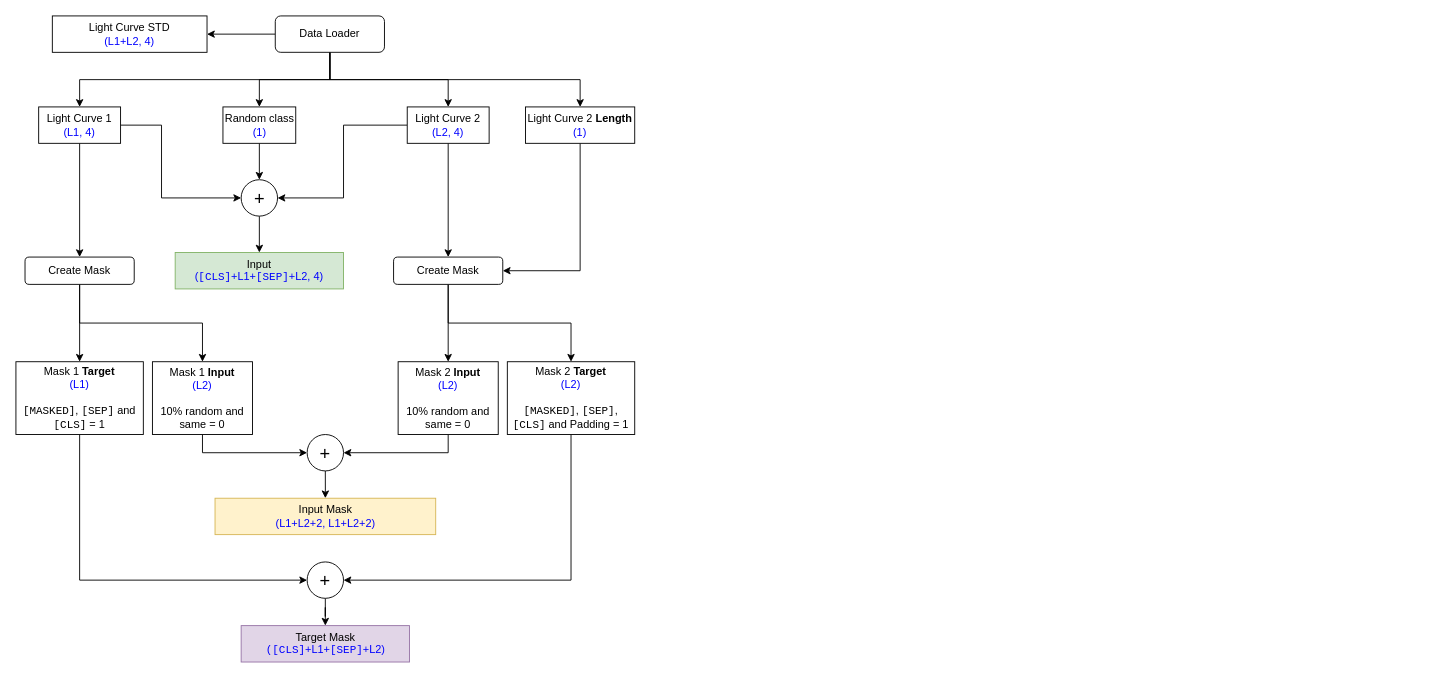
Above: diagrams/ft_data.drawio in cridonoso/astromer (draw.io), before the change. Source tidied: cells renumbered, new cells numbered last; positions are measured from the earlier drawing's top-left corner, leaving out a move shared by most shapes. Both pictures are drawn from the tidied source at 91%, with x=0, y=0 at pixel (15, 15).
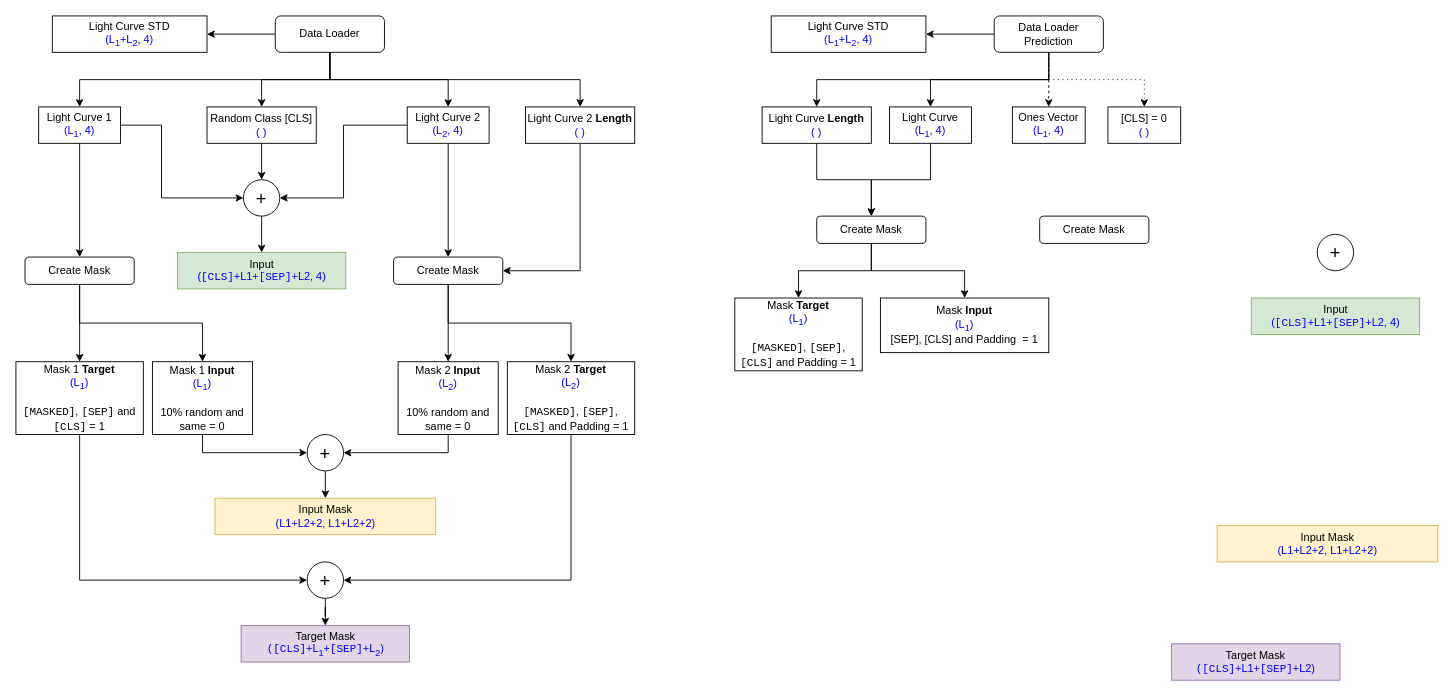
The same page after the edit.

The edit, as a diff of the source:
```diff
@@
-    <mxCell id="10" value="&lt;div&gt;Light Curve 1&lt;br&gt;&lt;/div&gt;&lt;div&gt;&lt;font color=&quot;#0000FF&quot;&gt;(L1, 4)&lt;/font&gt;&lt;br&gt;&lt;/div&gt;" style="rounded=0;whiteSpace=wrap;html=1;" parent="1" vertex="1">
+    <mxCell id="10" value="&lt;div&gt;Light Curve 1&lt;br&gt;&lt;/div&gt;&lt;div&gt;&lt;font color=&quot;#0000FF&quot;&gt;(&lt;/font&gt;&lt;font color=&quot;#0000FF&quot;&gt;&lt;font color=&quot;#0000FF&quot;&gt;L&lt;sub&gt;1&lt;/sub&gt;&lt;/font&gt;, 4)&lt;/font&gt;&lt;br&gt;&lt;/div&gt;" style="rounded=0;whiteSpace=wrap;html=1;" parent="1" vertex="1">
       <mxGeometry x="25" y="100" width="90" height="40" as="geometry" />
     </mxCell>
@@
-    <mxCell id="13" value="&lt;div&gt;Light Curve 2 &lt;b&gt;Length&lt;/b&gt;&lt;/div&gt;&lt;div&gt;&lt;font color=&quot;#0000FF&quot;&gt;(1)&lt;/font&gt;&lt;br&gt;&lt;/div&gt;" style="rounded=0;whiteSpace=wrap;html=1;" parent="1" vertex="1">
+    <mxCell id="13" value="&lt;div&gt;Light Curve 2 &lt;b&gt;Length&lt;/b&gt;&lt;/div&gt;&lt;div&gt;&lt;font color=&quot;#0000FF&quot;&gt;( )&lt;/font&gt;&lt;br&gt;&lt;/div&gt;" style="rounded=0;whiteSpace=wrap;html=1;" parent="1" vertex="1">
       <mxGeometry x="560" y="100" width="120" height="40" as="geometry" />
     </mxCell>
@@
-    <mxCell id="15" value="&lt;div&gt;Light Curve STD&lt;/div&gt;&lt;div&gt;&lt;font color=&quot;#0000FF&quot;&gt;(L1+L2, 4)&lt;/font&gt;&lt;br&gt;&lt;/div&gt;" style="rounded=0;whiteSpace=wrap;html=1;" parent="1" vertex="1">
+    <mxCell id="15" value="&lt;div&gt;Light Curve STD&lt;/div&gt;&lt;div&gt;&lt;font color=&quot;#0000FF&quot;&gt;(&lt;/font&gt;&lt;font color=&quot;#0000FF&quot;&gt;&lt;font color=&quot;#0000FF&quot;&gt;L&lt;sub&gt;1&lt;/sub&gt;&lt;/font&gt;+&lt;/font&gt;&lt;font color=&quot;#0000FF&quot;&gt;&lt;font color=&quot;#0000FF&quot;&gt;L&lt;sub&gt;2&lt;/sub&gt;&lt;/font&gt;, 4)&lt;/font&gt;&lt;br&gt;&lt;/div&gt;" style="rounded=0;whiteSpace=wrap;html=1;" parent="1" vertex="1">
       <mxGeometry x="40" width="170" height="40" as="geometry" />
     </mxCell>
@@
-    <mxCell id="23" value="&lt;div&gt;Mask 1 &lt;b&gt;Target&lt;/b&gt;&lt;br&gt;&lt;/div&gt;&lt;div&gt;&lt;font color=&quot;#0000FF&quot;&gt;(L1)&lt;/font&gt;&lt;/div&gt;&lt;div&gt;&lt;br&gt;&lt;/div&gt;&lt;div&gt;&lt;font face=&quot;Courier New&quot;&gt;[MASKED]&lt;/font&gt;, &lt;font face=&quot;Courier New&quot;&gt;[SEP]&lt;/font&gt; and &lt;font face=&quot;Courier New&quot;&gt;[CLS]&lt;/font&gt; = 1&lt;br&gt;&lt;/div&gt;" style="rounded=0;whiteSpace=wrap;html=1;" parent="1" vertex="1">
+    <mxCell id="23" value="&lt;div&gt;Mask 1 &lt;b&gt;Target&lt;/b&gt;&lt;br&gt;&lt;/div&gt;&lt;div&gt;&lt;font color=&quot;#0000FF&quot;&gt;(L&lt;sub&gt;1&lt;/sub&gt;)&lt;/font&gt;&lt;/div&gt;&lt;div&gt;&lt;br&gt;&lt;/div&gt;&lt;div&gt;&lt;font face=&quot;Courier New&quot;&gt;[MASKED]&lt;/font&gt;, &lt;font face=&quot;Courier New&quot;&gt;[SEP]&lt;/font&gt; and &lt;font face=&quot;Courier New&quot;&gt;[CLS]&lt;/font&gt; = 1&lt;br&gt;&lt;/div&gt;" style="rounded=0;whiteSpace=wrap;html=1;" parent="1" vertex="1">
       <mxGeometry y="380" width="140" height="80" as="geometry" />
     </mxCell>
@@
-    <mxCell id="25" value="&lt;div&gt;Mask 1 &lt;b&gt;Input&lt;/b&gt;&lt;br&gt;&lt;/div&gt;&lt;div&gt;&lt;font color=&quot;#0000FF&quot;&gt;(L2)&lt;/font&gt;&lt;br&gt;&lt;/div&gt;&lt;div&gt;&lt;br&gt;&lt;/div&gt;&lt;div&gt;10% random and same = 0&lt;br&gt;&lt;/div&gt;" style="rounded=0;whiteSpace=wrap;html=1;" parent="1" vertex="1">
+    <mxCell id="25" value="&lt;div&gt;Mask 1 &lt;b&gt;Input&lt;/b&gt;&lt;br&gt;&lt;/div&gt;&lt;div&gt;&lt;font color=&quot;#0000FF&quot;&gt;(&lt;/font&gt;&lt;font color=&quot;#0000FF&quot;&gt;&lt;font color=&quot;#0000FF&quot;&gt;L&lt;sub&gt;1&lt;/sub&gt;&lt;/font&gt;)&lt;/font&gt;&lt;br&gt;&lt;/div&gt;&lt;div&gt;&lt;br&gt;&lt;/div&gt;&lt;div&gt;10% random and same = 0&lt;br&gt;&lt;/div&gt;" style="rounded=0;whiteSpace=wrap;html=1;" parent="1" vertex="1">
       <mxGeometry x="150" y="380" width="110" height="80" as="geometry" />
     </mxCell>
@@
-    <mxCell id="27" value="&lt;div&gt;Mask 2 &lt;b&gt;Target&lt;/b&gt;&lt;br&gt;&lt;/div&gt;&lt;div&gt;&lt;font color=&quot;#0000FF&quot;&gt;(L2)&lt;/font&gt;&lt;/div&gt;&lt;div&gt;&lt;br&gt;&lt;/div&gt;&lt;div&gt;&lt;font face=&quot;Courier New&quot;&gt;[MASKED]&lt;/font&gt;, &lt;font face=&quot;Courier New&quot;&gt;[SEP]&lt;/font&gt;, &lt;font face=&quot;Courier New&quot;&gt;[CLS]&lt;/font&gt; and Padding = 1 &lt;br&gt;&lt;/div&gt;" style="rounded=0;whiteSpace=wrap;html=1;" parent="1" vertex="1">
+    <mxCell id="27" value="&lt;div&gt;Mask 2 &lt;b&gt;Target&lt;/b&gt;&lt;br&gt;&lt;/div&gt;&lt;div&gt;&lt;font color=&quot;#0000FF&quot;&gt;(&lt;/font&gt;&lt;font color=&quot;#0000FF&quot;&gt;&lt;font color=&quot;#0000FF&quot;&gt;L&lt;sub&gt;2&lt;/sub&gt;&lt;/font&gt;)&lt;/font&gt;&lt;/div&gt;&lt;div&gt;&lt;br&gt;&lt;/div&gt;&lt;div&gt;&lt;font face=&quot;Courier New&quot;&gt;[MASKED]&lt;/font&gt;, &lt;font face=&quot;Courier New&quot;&gt;[SEP]&lt;/font&gt;, &lt;font face=&quot;Courier New&quot;&gt;[CLS]&lt;/font&gt; and Padding = 1 &lt;br&gt;&lt;/div&gt;" style="rounded=0;whiteSpace=wrap;html=1;" parent="1" vertex="1">
       <mxGeometry x="540" y="380" width="140" height="80" as="geometry" />
     </mxCell>
@@
-    <mxCell id="29" value="&lt;div&gt;Mask 2 &lt;b&gt;Input&lt;/b&gt;&lt;br&gt;&lt;/div&gt;&lt;div&gt;&lt;font color=&quot;#0000FF&quot;&gt;(L2)&lt;/font&gt;&lt;br&gt;&lt;/div&gt;&lt;div&gt;&lt;br&gt;&lt;/div&gt;&lt;div&gt;10% random and same = 0&lt;br&gt;&lt;/div&gt;" style="rounded=0;whiteSpace=wrap;html=1;" parent="1" vertex="1">
+    <mxCell id="29" value="&lt;div&gt;Mask 2 &lt;b&gt;Input&lt;/b&gt;&lt;br&gt;&lt;/div&gt;&lt;div&gt;&lt;font color=&quot;#0000FF&quot;&gt;(&lt;/font&gt;&lt;font color=&quot;#0000FF&quot;&gt;&lt;font color=&quot;#0000FF&quot;&gt;L&lt;sub&gt;2&lt;/sub&gt;&lt;/font&gt;)&lt;/font&gt;&lt;br&gt;&lt;/div&gt;&lt;div&gt;&lt;br&gt;&lt;/div&gt;&lt;div&gt;10% random and same = 0&lt;br&gt;&lt;/div&gt;" style="rounded=0;whiteSpace=wrap;html=1;" parent="1" vertex="1">
       <mxGeometry x="420" y="380" width="110" height="80" as="geometry" />
     </mxCell>
@@
     <mxCell id="31" value="&lt;font style=&quot;font-size: 20px&quot;&gt;+&lt;/font&gt;" style="ellipse;whiteSpace=wrap;html=1;" parent="1" vertex="1">
-      <mxGeometry x="247.5" y="180" width="40" height="40" as="geometry" />
+      <mxGeometry x="250" y="180" width="40" height="40" as="geometry" />
     </mxCell>
     <mxCell id="32" value="&lt;div&gt;Input&lt;br&gt;&lt;/div&gt;&lt;div&gt;&lt;font color=&quot;#0000FF&quot;&gt;(&lt;font face=&quot;Courier New&quot;&gt;[CLS]&lt;/font&gt;+L1+&lt;font face=&quot;Courier New&quot;&gt;[SEP]&lt;/font&gt;+&lt;/font&gt;&lt;font color=&quot;#0000FF&quot;&gt;L2, 4)&lt;/font&gt;&lt;br&gt;&lt;/div&gt;" style="rounded=0;whiteSpace=wrap;html=1;fillColor=#d5e8d4;strokeColor=#82b366;" parent="1" vertex="1">
-      <mxGeometry x="175" y="260" width="185" height="40" as="geometry" />
+      <mxGeometry x="177.5" y="260" width="185" height="40" as="geometry" />
     </mxCell>
-    <mxCell id="33" value="&lt;div&gt;Random class&lt;/div&gt;&lt;div&gt;&lt;font color=&quot;#0000FF&quot;&gt;(1)&lt;/font&gt;&lt;br&gt;&lt;/div&gt;" style="rounded=0;whiteSpace=wrap;html=1;" parent="1" vertex="1">
-      <mxGeometry x="227.5" y="100" width="80" height="40" as="geometry" />
+    <mxCell id="33" value="&lt;div&gt;Random Class [CLS]&lt;/div&gt;&lt;div&gt;&lt;font color=&quot;#0000FF&quot;&gt;( )&lt;/font&gt;&lt;br&gt;&lt;/div&gt;" style="rounded=0;whiteSpace=wrap;html=1;" parent="1" vertex="1">
+      <mxGeometry x="210" y="100" width="120" height="40" as="geometry" />
     </mxCell>
@@
-    <mxCell id="35" value="&lt;div&gt;Light Curve 2&lt;br&gt;&lt;/div&gt;&lt;div&gt;&lt;font color=&quot;#0000FF&quot;&gt;(L2, 4)&lt;/font&gt;&lt;br&gt;&lt;/div&gt;" style="rounded=0;whiteSpace=wrap;html=1;" parent="1" vertex="1">
+    <mxCell id="35" value="&lt;div&gt;Light Curve 2&lt;br&gt;&lt;/div&gt;&lt;div&gt;&lt;font color=&quot;#0000FF&quot;&gt;(L&lt;sub&gt;2&lt;/sub&gt;, 4)&lt;/font&gt;&lt;br&gt;&lt;/div&gt;" style="rounded=0;whiteSpace=wrap;html=1;" parent="1" vertex="1">
       <mxGeometry x="430" y="100" width="90" height="40" as="geometry" />
     </mxCell>
@@
-    <mxCell id="39" value="&lt;div&gt;Target Mask&lt;br&gt;&lt;/div&gt;&lt;div&gt;&lt;font color=&quot;#0000FF&quot;&gt;&lt;font face=&quot;Courier New&quot;&gt;([CLS]&lt;/font&gt;+L1+&lt;font face=&quot;Courier New&quot;&gt;[SEP]&lt;/font&gt;+&lt;/font&gt;&lt;font color=&quot;#0000FF&quot;&gt;L2)&lt;/font&gt;&lt;/div&gt;" style="rounded=0;whiteSpace=wrap;html=1;fillColor=#e1d5e7;strokeColor=#9673a6;" parent="1" vertex="1">
+    <mxCell id="39" value="&lt;div&gt;Target Mask&lt;br&gt;&lt;/div&gt;&lt;div&gt;&lt;font color=&quot;#0000FF&quot;&gt;&lt;font face=&quot;Courier New&quot;&gt;([CLS]&lt;/font&gt;+&lt;/font&gt;&lt;font color=&quot;#0000FF&quot;&gt;&lt;font color=&quot;#0000FF&quot;&gt;L&lt;sub&gt;1&lt;/sub&gt;&lt;/font&gt;+&lt;font face=&quot;Courier New&quot;&gt;[SEP]&lt;/font&gt;+&lt;/font&gt;&lt;font color=&quot;#0000FF&quot;&gt;L&lt;sub&gt;2&lt;/sub&gt;&lt;/font&gt;&lt;font color=&quot;#0000FF&quot;&gt;)&lt;/font&gt;&lt;/div&gt;" style="rounded=0;whiteSpace=wrap;html=1;fillColor=#e1d5e7;strokeColor=#9673a6;" parent="1" vertex="1">
       <mxGeometry x="247.5" y="670" width="185" height="40" as="geometry" />
     </mxCell>
@@
+    <mxCell id="42" style="edgeStyle=orthogonalEdgeStyle;rounded=0;jettySize=auto;html=1;exitX=0;exitY=0.5;exitDx=0;exitDy=0;entryX=1;entryY=0.5;entryDx=0;entryDy=0;" parent="1" edge="1" source="47" target="50">
+      <mxGeometry relative="1" as="geometry" />
+    </mxCell>
+    <mxCell id="43" style="edgeStyle=orthogonalEdgeStyle;rounded=0;jettySize=auto;html=1;exitX=0.5;exitY=1;exitDx=0;exitDy=0;entryX=0.5;entryY=0;entryDx=0;entryDy=0;dashed=1;dashPattern=1 4;" parent="1" edge="1" source="47" target="58">
+      <mxGeometry relative="1" as="geometry" />
+    </mxCell>
+    <mxCell id="44" style="edgeStyle=orthogonalEdgeStyle;rounded=0;jettySize=auto;html=1;exitX=0.5;exitY=1;exitDx=0;exitDy=0;entryX=0.5;entryY=0;entryDx=0;entryDy=0;" parent="1" edge="1" source="47" target="49">
+      <mxGeometry relative="1" as="geometry" />
+    </mxCell>
+    <mxCell id="45" style="edgeStyle=orthogonalEdgeStyle;rounded=0;jettySize=auto;html=1;exitX=0.5;exitY=1;exitDx=0;exitDy=0;entryX=0.5;entryY=0;entryDx=0;entryDy=0;dashed=1;strokeWidth=1;" parent="1" edge="1" source="47" target="61">
+      <mxGeometry relative="1" as="geometry" />
+    </mxCell>
+    <mxCell id="46" style="edgeStyle=orthogonalEdgeStyle;rounded=0;jettySize=auto;html=1;exitX=0.5;exitY=1;exitDx=0;exitDy=0;entryX=0.5;entryY=0;entryDx=0;entryDy=0;strokeWidth=1;" parent="1" edge="1" source="47" target="63">
+      <mxGeometry relative="1" as="geometry" />
+    </mxCell>
+    <mxCell id="47" value="Data Loader Prediction" style="rounded=1;whiteSpace=wrap;html=1;" parent="1" vertex="1">
+      <mxGeometry x="1075" width="120" height="40" as="geometry" />
+    </mxCell>
+    <mxCell id="48" style="edgeStyle=orthogonalEdgeStyle;rounded=0;jettySize=auto;html=1;exitX=0.5;exitY=1;exitDx=0;exitDy=0;" parent="1" edge="1" source="49" target="53">
+      <mxGeometry relative="1" as="geometry" />
+    </mxCell>
+    <mxCell id="49" value="&lt;div&gt;Light Curve&lt;br&gt;&lt;/div&gt;&lt;div&gt;&lt;font color=&quot;#0000FF&quot;&gt;(&lt;/font&gt;&lt;font color=&quot;#0000FF&quot;&gt;&lt;font color=&quot;#0000FF&quot;&gt;L&lt;sub&gt;1&lt;/sub&gt;&lt;/font&gt;, 4)&lt;/font&gt;&lt;br&gt;&lt;/div&gt;" style="rounded=0;whiteSpace=wrap;html=1;" parent="1" vertex="1">
+      <mxGeometry x="960" y="100" width="90" height="40" as="geometry" />
+    </mxCell>
+    <mxCell id="50" value="&lt;div&gt;Light Curve STD&lt;/div&gt;&lt;div&gt;&lt;font color=&quot;#0000FF&quot;&gt;(&lt;/font&gt;&lt;font color=&quot;#0000FF&quot;&gt;&lt;font color=&quot;#0000FF&quot;&gt;L&lt;sub&gt;1&lt;/sub&gt;&lt;/font&gt;+&lt;/font&gt;&lt;font color=&quot;#0000FF&quot;&gt;&lt;font color=&quot;#0000FF&quot;&gt;L&lt;sub&gt;2&lt;/sub&gt;&lt;/font&gt;, 4)&lt;/font&gt;&lt;br&gt;&lt;/div&gt;" style="rounded=0;whiteSpace=wrap;html=1;" parent="1" vertex="1">
+      <mxGeometry x="830" width="170" height="40" as="geometry" />
+    </mxCell>
+    <mxCell id="51" style="edgeStyle=orthogonalEdgeStyle;rounded=0;jettySize=auto;html=1;exitX=0.5;exitY=1;exitDx=0;exitDy=0;entryX=0.5;entryY=0;entryDx=0;entryDy=0;" parent="1" edge="1" source="53" target="54">
+      <mxGeometry relative="1" as="geometry" />
+    </mxCell>
+    <mxCell id="52" style="edgeStyle=orthogonalEdgeStyle;rounded=0;jettySize=auto;html=1;exitX=0.5;exitY=1;exitDx=0;exitDy=0;entryX=0.5;entryY=0;entryDx=0;entryDy=0;strokeWidth=1;" parent="1" edge="1" source="53" target="55">
+      <mxGeometry relative="1" as="geometry" />
+    </mxCell>
+    <mxCell id="53" value="Create Mask" style="rounded=1;whiteSpace=wrap;html=1;" parent="1" vertex="1">
+      <mxGeometry x="880" y="220" width="120" height="30" as="geometry" />
+    </mxCell>
+    <mxCell id="54" value="&lt;div&gt;Mask &lt;b&gt;Target&lt;/b&gt;&lt;br&gt;&lt;/div&gt;&lt;div&gt;&lt;font color=&quot;#0000FF&quot;&gt;(&lt;/font&gt;&lt;font color=&quot;#0000FF&quot;&gt;&lt;font color=&quot;#0000FF&quot;&gt;L&lt;sub&gt;1&lt;/sub&gt;&lt;/font&gt;)&lt;/font&gt;&lt;/div&gt;&lt;div&gt;&lt;br&gt;&lt;/div&gt;&lt;div&gt;&lt;font face=&quot;Courier New&quot;&gt;[MASKED]&lt;/font&gt;, &lt;font face=&quot;Courier New&quot;&gt;[SEP]&lt;/font&gt;, &lt;font face=&quot;Courier New&quot;&gt;[CLS]&lt;/font&gt; and Padding = 1&lt;br&gt;&lt;/div&gt;" style="rounded=0;whiteSpace=wrap;html=1;" parent="1" vertex="1">
+      <mxGeometry x="790" y="310" width="140" height="80" as="geometry" />
+    </mxCell>
+    <mxCell id="55" value="&lt;div&gt;Mask &lt;b&gt;Input&lt;/b&gt;&lt;br&gt;&lt;/div&gt;&lt;div&gt;&lt;font color=&quot;#0000FF&quot;&gt;(L&lt;sub&gt;1&lt;/sub&gt;)&lt;/font&gt;&lt;/div&gt;&lt;div&gt;[SEP], [CLS] and Padding&amp;nbsp; = 1&lt;br&gt;&lt;/div&gt;" style="rounded=0;whiteSpace=wrap;html=1;" parent="1" vertex="1">
+      <mxGeometry x="950" y="310" width="185" height="60" as="geometry" />
+    </mxCell>
+    <mxCell id="56" value="&lt;font style=&quot;font-size: 20px&quot;&gt;+&lt;/font&gt;" style="ellipse;whiteSpace=wrap;html=1;" parent="1" vertex="1">
+      <mxGeometry x="1430" y="240" width="40" height="40" as="geometry" />
+    </mxCell>
+    <mxCell id="57" value="&lt;div&gt;Input&lt;br&gt;&lt;/div&gt;&lt;div&gt;&lt;font color=&quot;#0000FF&quot;&gt;(&lt;font face=&quot;Courier New&quot;&gt;[CLS]&lt;/font&gt;+L1+&lt;font face=&quot;Courier New&quot;&gt;[SEP]&lt;/font&gt;+&lt;/font&gt;&lt;font color=&quot;#0000FF&quot;&gt;L2, 4)&lt;/font&gt;&lt;br&gt;&lt;/div&gt;" style="rounded=0;whiteSpace=wrap;html=1;fillColor=#d5e8d4;strokeColor=#82b366;" parent="1" vertex="1">
+      <mxGeometry x="1357.5" y="310" width="185" height="40" as="geometry" />
+    </mxCell>
+    <mxCell id="58" value="&lt;div&gt;[CLS] = 0 &lt;br&gt;&lt;/div&gt;&lt;div&gt;&lt;font color=&quot;#0000FF&quot;&gt;( )&lt;/font&gt;&lt;br&gt;&lt;/div&gt;" style="rounded=0;whiteSpace=wrap;html=1;" parent="1" vertex="1">
+      <mxGeometry x="1200" y="100" width="80" height="40" as="geometry" />
+    </mxCell>
+    <mxCell id="59" value="&lt;div&gt;Input Mask&lt;br&gt;&lt;/div&gt;&lt;div&gt;&lt;font color=&quot;#0000FF&quot;&gt;(L1+&lt;/font&gt;&lt;font color=&quot;#0000FF&quot;&gt;L2+2, L&lt;/font&gt;&lt;font color=&quot;#0000FF&quot;&gt;&lt;font color=&quot;#0000FF&quot;&gt;1+&lt;/font&gt;&lt;font color=&quot;#0000FF&quot;&gt;L2+2&lt;/font&gt;)&lt;/font&gt;&lt;br&gt;&lt;/div&gt;" style="rounded=0;whiteSpace=wrap;html=1;fillColor=#fff2cc;strokeColor=#d6b656;" parent="1" vertex="1">
+      <mxGeometry x="1320" y="560" width="242.5" height="40" as="geometry" />
+    </mxCell>
+    <mxCell id="60" value="&lt;div&gt;Target Mask&lt;br&gt;&lt;/div&gt;&lt;div&gt;&lt;font color=&quot;#0000FF&quot;&gt;&lt;font face=&quot;Courier New&quot;&gt;([CLS]&lt;/font&gt;+L1+&lt;font face=&quot;Courier New&quot;&gt;[SEP]&lt;/font&gt;+&lt;/font&gt;&lt;font color=&quot;#0000FF&quot;&gt;L2)&lt;/font&gt;&lt;/div&gt;" style="rounded=0;whiteSpace=wrap;html=1;fillColor=#e1d5e7;strokeColor=#9673a6;" parent="1" vertex="1">
+      <mxGeometry x="1270" y="690" width="185" height="40" as="geometry" />
+    </mxCell>
+    <mxCell id="61" value="&lt;div&gt;Ones Vector&lt;br&gt;&lt;/div&gt;&lt;div&gt;&lt;font color=&quot;#0000FF&quot;&gt;(&lt;/font&gt;&lt;font color=&quot;#0000FF&quot;&gt;&lt;font color=&quot;#0000FF&quot;&gt;L&lt;sub&gt;1&lt;/sub&gt;&lt;/font&gt;, 4)&lt;/font&gt;&lt;br&gt;&lt;/div&gt;" style="rounded=0;whiteSpace=wrap;html=1;" parent="1" vertex="1">
+      <mxGeometry x="1095" y="100" width="80" height="40" as="geometry" />
+    </mxCell>
+    <mxCell id="62" style="edgeStyle=orthogonalEdgeStyle;rounded=0;jettySize=auto;html=1;exitX=0.5;exitY=1;exitDx=0;exitDy=0;entryX=0.5;entryY=0;entryDx=0;entryDy=0;strokeWidth=1;" parent="1" edge="1" source="63" target="53">
+      <mxGeometry relative="1" as="geometry" />
+    </mxCell>
+    <mxCell id="63" value="&lt;div&gt;Light Curve &lt;b&gt;Length&lt;/b&gt;&lt;/div&gt;&lt;div&gt;&lt;font color=&quot;#0000FF&quot;&gt;( )&lt;/font&gt;&lt;br&gt;&lt;/div&gt;" style="rounded=0;whiteSpace=wrap;html=1;" parent="1" vertex="1">
+      <mxGeometry x="820" y="100" width="120" height="40" as="geometry" />
+    </mxCell>
+    <mxCell id="64" value="Create Mask" style="rounded=1;whiteSpace=wrap;html=1;" parent="1" vertex="1">
+      <mxGeometry x="1125" y="220" width="120" height="30" as="geometry" />
+    </mxCell>
```
